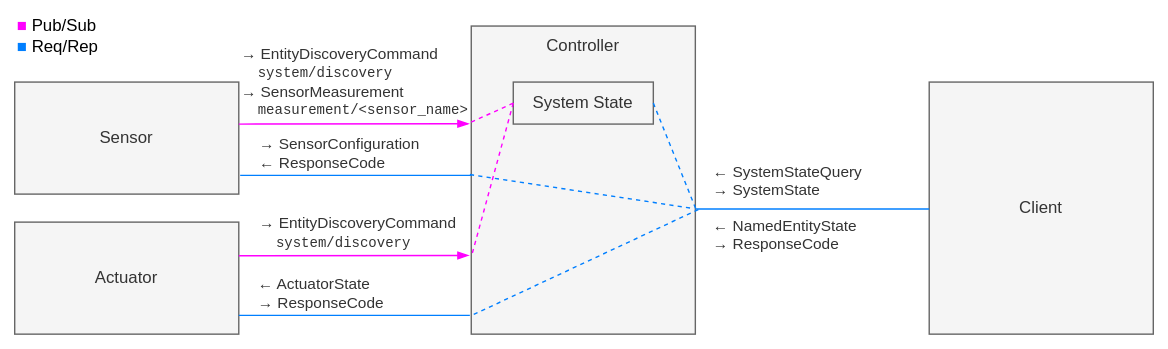
ede1998/labor-verteilte-systeme keeps this draw.io diagram as images/types.svg. Above is the earlier version. Source tidied: cells renumbered, new cells last; positions are measured from the earlier drawing's top-left corner, leaving out a move shared by most shapes. Source of this version:
```xml
<mxGraphModel>
  <root>
    <mxCell id="0" />
    <mxCell id="1" parent="0" />
    <mxCell id="2" value="← SystemStateQuery&lt;br&gt;→ SystemState&lt;br&gt;&lt;br&gt;←&amp;nbsp;NamedEntityState&lt;br&gt;→ ResponseCode" style="edgeLabel;html=1;align=left;verticalAlign=middle;fontColor=#333333;labelBackgroundColor=none;" parent="1" vertex="1">
      <mxGeometry x="497" y="138" as="geometry" />
    </mxCell>
    <mxCell id="3" value="Sensor" style="rounded=0;whiteSpace=wrap;html=1;align=center;verticalAlign=middle;fillColor=#f5f5f5;fontColor=#333333;strokeColor=#666666;" parent="1" vertex="1">
      <mxGeometry y="48" width="160" height="80" as="geometry" />
    </mxCell>
    <mxCell id="4" value="Controller" style="rounded=0;whiteSpace=wrap;html=1;align=center;verticalAlign=top;fillColor=#f5f5f5;fontColor=#333333;strokeColor=#666666;" parent="1" vertex="1">
      <mxGeometry x="326" y="8" width="160" height="220" as="geometry" />
    </mxCell>
    <mxCell id="5" style="endArrow=blockThin;html=1;rounded=0;exitX=1;exitY=0.5;exitDx=0;exitDy=0;entryX=-0.009;entryY=0.221;entryDx=0;entryDy=0;entryPerimeter=0;strokeColor=#FF00FF;endFill=1;" parent="1" edge="1">
      <mxGeometry relative="1" as="geometry">
        <mxPoint x="160" y="78" as="sourcePoint" />
        <mxPoint x="324.6" y="77.8" as="targetPoint" />
      </mxGeometry>
    </mxCell>
    <mxCell id="6" value="&lt;div&gt;→ EntityDiscoveryCommand&lt;/div&gt;&lt;div style=&quot;line-height: 120%;&quot;&gt;&lt;font face=&quot;Courier New&quot; style=&quot;font-size: 10px;&quot;&gt;&amp;nbsp; system/discovery&lt;/font&gt;&lt;br&gt;&lt;/div&gt;&lt;div&gt;→ SensorMeasurement&lt;/div&gt;&lt;div style=&quot;font-size: 10px;&quot;&gt;&lt;font face=&quot;Courier New&quot; style=&quot;font-size: 10px;&quot;&gt;&amp;nbsp; &lt;/font&gt;&lt;font face=&quot;Courier New&quot; style=&quot;font-size: 10px;&quot;&gt;measurement/&lt;/font&gt;&lt;font face=&quot;Courier New&quot; style=&quot;font-size: 10px;&quot;&gt;&amp;lt;sensor_name&amp;gt;&lt;/font&gt;&lt;br&gt;&lt;/div&gt;" style="edgeLabel;html=1;align=left;verticalAlign=middle;fontColor=#333333;labelBackgroundColor=none;" parent="5" vertex="1">
      <mxGeometry x="0.01" y="-1" relative="1" as="geometry">
        <mxPoint x="-83" y="-31" as="offset" />
      </mxGeometry>
    </mxCell>
    <mxCell id="7" value="Actuator" style="rounded=0;whiteSpace=wrap;html=1;align=center;verticalAlign=middle;fillColor=#f5f5f5;fontColor=#333333;strokeColor=#666666;" parent="1" vertex="1">
      <mxGeometry y="148" width="160" height="80" as="geometry" />
    </mxCell>
    <mxCell id="8" style="endArrow=none;html=1;rounded=0;exitX=1;exitY=0.5;exitDx=0;exitDy=0;fillColor=#f5f5f5;strokeColor=#007FFF;entryX=-0.009;entryY=0.221;entryDx=0;entryDy=0;entryPerimeter=0;" parent="1" edge="1">
      <mxGeometry relative="1" as="geometry">
        <mxPoint x="160" y="214.6" as="sourcePoint" />
        <mxPoint x="325" y="214.6" as="targetPoint" />
      </mxGeometry>
    </mxCell>
    <mxCell id="9" value="← ActuatorState&lt;br style=&quot;border-color: var(--border-color);&quot;&gt;→&amp;nbsp;ResponseCode" style="edgeLabel;html=1;align=left;verticalAlign=middle;fontColor=#333333;labelBackgroundColor=none;" parent="8" vertex="1">
      <mxGeometry x="0.01" y="-1" relative="1" as="geometry">
        <mxPoint x="-71" y="-17" as="offset" />
      </mxGeometry>
    </mxCell>
    <mxCell id="10" value="Client" style="rounded=0;whiteSpace=wrap;html=1;align=center;verticalAlign=middle;fillColor=#f5f5f5;fontColor=#333333;strokeColor=#666666;" parent="1" vertex="1">
      <mxGeometry x="653" y="48" width="160" height="180" as="geometry" />
    </mxCell>
    <mxCell id="11" style="endArrow=none;html=1;rounded=0;exitX=1;exitY=0.5;exitDx=0;exitDy=0;fillColor=#f5f5f5;strokeColor=#007FFF;entryX=0;entryY=0.5;entryDx=0;entryDy=0;" parent="1" edge="1">
      <mxGeometry relative="1" as="geometry">
        <mxPoint x="486" y="138.6" as="sourcePoint" />
        <mxPoint x="653" y="138.6" as="targetPoint" />
      </mxGeometry>
    </mxCell>
    <mxCell id="12" style="endArrow=none;html=1;rounded=0;exitX=1;exitY=0.5;exitDx=0;exitDy=0;fillColor=#f5f5f5;strokeColor=#007FFF;entryX=-0.009;entryY=0.221;entryDx=0;entryDy=0;entryPerimeter=0;" parent="1" edge="1">
      <mxGeometry relative="1" as="geometry">
        <mxPoint x="161" y="114.6" as="sourcePoint" />
        <mxPoint x="326" y="114.6" as="targetPoint" />
      </mxGeometry>
    </mxCell>
    <mxCell id="13" value="→ SensorConfiguration&lt;br&gt;← ResponseCode" style="edgeLabel;html=1;align=left;verticalAlign=middle;fontColor=#333333;labelBackgroundColor=none;" parent="12" vertex="1">
      <mxGeometry x="0.01" y="-1" relative="1" as="geometry">
        <mxPoint x="-71" y="-17" as="offset" />
      </mxGeometry>
    </mxCell>
    <mxCell id="14" style="endArrow=blockThin;html=1;rounded=0;exitX=1;exitY=0.5;exitDx=0;exitDy=0;entryX=-0.009;entryY=0.221;entryDx=0;entryDy=0;entryPerimeter=0;strokeColor=#FF00FF;endFill=1;" parent="1" edge="1">
      <mxGeometry relative="1" as="geometry">
        <mxPoint x="160" y="172" as="sourcePoint" />
        <mxPoint x="324.6" y="171.8" as="targetPoint" />
      </mxGeometry>
    </mxCell>
    <mxCell id="15" value="&lt;div&gt;→ EntityDiscoveryCommand&lt;/div&gt;&lt;div style=&quot;font-size: 10px;&quot;&gt;&lt;font face=&quot;Courier New&quot;&gt;&amp;nbsp; system/discovery&lt;/font&gt;&lt;br&gt;&lt;/div&gt;" style="edgeLabel;html=1;align=left;verticalAlign=middle;fontColor=#333333;labelBackgroundColor=none;" parent="14" vertex="1">
      <mxGeometry x="0.01" y="-1" relative="1" as="geometry">
        <mxPoint x="-70" y="-17" as="offset" />
      </mxGeometry>
    </mxCell>
    <mxCell id="16" style="endArrow=none;html=1;rounded=0;edgeStyle=orthogonalEdgeStyle;exitX=-0.006;exitY=0.482;exitDx=0;exitDy=0;exitPerimeter=0;dashed=1;entryX=0.99;entryY=0.592;entryDx=0;entryDy=0;entryPerimeter=0;strokeColor=#007FFF;" parent="1" edge="1" source="4" target="4">
      <mxGeometry relative="1" as="geometry" />
    </mxCell>
    <mxCell id="17" style="endArrow=none;html=1;rounded=0;exitX=0.011;exitY=0.936;exitDx=0;exitDy=0;exitPerimeter=0;dashed=1;entryX=1.024;entryY=0.592;entryDx=0;entryDy=0;entryPerimeter=0;strokeColor=#007FFF;" parent="1" edge="1" source="4" target="4">
      <mxGeometry relative="1" as="geometry" />
    </mxCell>
    <mxCell id="18" value="System State" style="rounded=0;whiteSpace=wrap;html=1;align=center;verticalAlign=middle;fillColor=#f5f5f5;fontColor=#333333;strokeColor=#666666;" parent="1" vertex="1">
      <mxGeometry x="356" y="48" width="100" height="30" as="geometry" />
    </mxCell>
    <mxCell id="19" style="endArrow=none;html=1;rounded=0;exitX=1;exitY=0.5;exitDx=0;exitDy=0;dashed=1;entryX=1.003;entryY=0.595;entryDx=0;entryDy=0;entryPerimeter=0;strokeColor=#007FFF;" parent="1" edge="1" source="18" target="4">
      <mxGeometry relative="1" as="geometry" />
    </mxCell>
    <mxCell id="20" style="endArrow=none;html=1;rounded=0;exitX=0;exitY=0.5;exitDx=0;exitDy=0;dashed=1;strokeColor=#FF00FF;" parent="1" edge="1" source="18">
      <mxGeometry relative="1" as="geometry">
        <mxPoint x="323" y="78" as="targetPoint" />
      </mxGeometry>
    </mxCell>
    <mxCell id="21" style="endArrow=none;html=1;rounded=0;exitX=0;exitY=0.5;exitDx=0;exitDy=0;dashed=1;entryX=0;entryY=0.75;entryDx=0;entryDy=0;strokeColor=#FF00FF;" parent="1" edge="1" source="18" target="4">
      <mxGeometry relative="1" as="geometry" />
    </mxCell>
    <mxCell id="22" value="&lt;font color=&quot;#ff00ff&quot;&gt;■&lt;/font&gt; Pub/Sub&lt;br&gt;&lt;font color=&quot;#007fff&quot;&gt;■&lt;/font&gt; Req/Rep" style="text;html=1;strokeColor=none;fillColor=none;align=left;verticalAlign=middle;whiteSpace=wrap;rounded=0;" parent="1" vertex="1">
      <mxGeometry width="110" height="30" as="geometry" />
    </mxCell>
  </root>
</mxGraphModel>
```
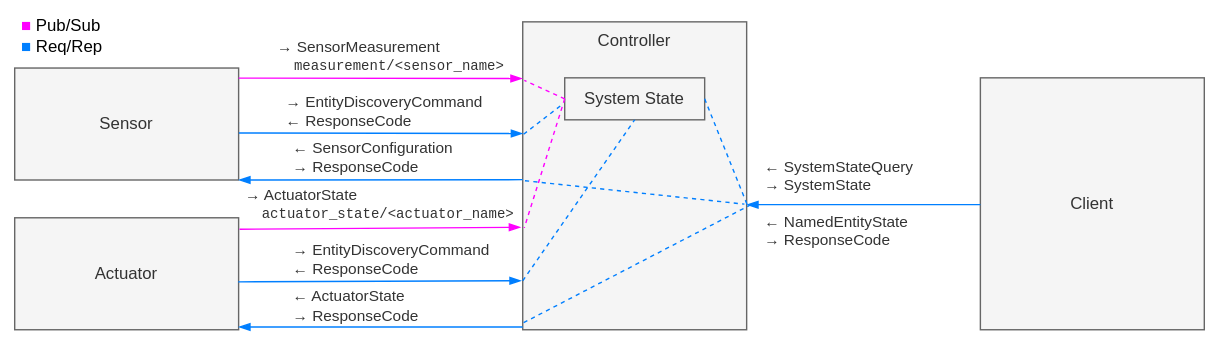
After the change.

The edit, as a diff of the source:
```diff
@@ -6,71 +6,67 @@
       <mxGeometry x="497" y="138" as="geometry" />
     </mxCell>
     <mxCell id="3" value="Sensor" style="rounded=0;whiteSpace=wrap;html=1;align=center;verticalAlign=middle;fillColor=#f5f5f5;fontColor=#333333;strokeColor=#666666;" parent="1" vertex="1">
-      <mxGeometry y="48" width="160" height="80" as="geometry" />
+      <mxGeometry x="-37" y="41" width="160" height="80" as="geometry" />
     </mxCell>
     <mxCell id="4" value="Controller" style="rounded=0;whiteSpace=wrap;html=1;align=center;verticalAlign=top;fillColor=#f5f5f5;fontColor=#333333;strokeColor=#666666;" parent="1" vertex="1">
       <mxGeometry x="326" y="8" width="160" height="220" as="geometry" />
     </mxCell>
-    <mxCell id="5" style="endArrow=blockThin;html=1;rounded=0;exitX=1;exitY=0.5;exitDx=0;exitDy=0;entryX=-0.009;entryY=0.221;entryDx=0;entryDy=0;entryPerimeter=0;strokeColor=#FF00FF;endFill=1;" parent="1" edge="1">
+    <mxCell id="5" style="endArrow=blockThin;html=1;rounded=0;exitDx=0;exitDy=0;entryDx=0;entryDy=0;entryPerimeter=0;strokeColor=#FF00FF;endFill=1;entryX=-0.002;entryY=0.184;" parent="1" edge="1" target="4">
       <mxGeometry relative="1" as="geometry">
-        <mxPoint x="160" y="78" as="sourcePoint" />
-        <mxPoint x="324.6" y="77.8" as="targetPoint" />
+        <mxPoint x="123" y="48.2" as="sourcePoint" />
       </mxGeometry>
     </mxCell>
-    <mxCell id="6" value="&lt;div&gt;→ EntityDiscoveryCommand&lt;/div&gt;&lt;div style=&quot;line-height: 120%;&quot;&gt;&lt;font face=&quot;Courier New&quot; style=&quot;font-size: 10px;&quot;&gt;&amp;nbsp; system/discovery&lt;/font&gt;&lt;br&gt;&lt;/div&gt;&lt;div&gt;→ SensorMeasurement&lt;/div&gt;&lt;div style=&quot;font-size: 10px;&quot;&gt;&lt;font face=&quot;Courier New&quot; style=&quot;font-size: 10px;&quot;&gt;&amp;nbsp; &lt;/font&gt;&lt;font face=&quot;Courier New&quot; style=&quot;font-size: 10px;&quot;&gt;measurement/&lt;/font&gt;&lt;font face=&quot;Courier New&quot; style=&quot;font-size: 10px;&quot;&gt;&amp;lt;sensor_name&amp;gt;&lt;/font&gt;&lt;br&gt;&lt;/div&gt;" style="edgeLabel;html=1;align=left;verticalAlign=middle;fontColor=#333333;labelBackgroundColor=none;" parent="5" vertex="1">
+    <mxCell id="6" value="→ SensorMeasurement&lt;div style=&quot;font-size: 10px;&quot;&gt;&lt;font face=&quot;Courier New&quot; style=&quot;font-size: 10px;&quot;&gt;&amp;nbsp; &lt;/font&gt;&lt;font face=&quot;Courier New&quot; style=&quot;font-size: 10px;&quot;&gt;measurement/&lt;/font&gt;&lt;font face=&quot;Courier New&quot; style=&quot;font-size: 10px;&quot;&gt;&amp;lt;sensor_name&amp;gt;&lt;/font&gt;&lt;br&gt;&lt;/div&gt;" style="edgeLabel;html=1;align=left;verticalAlign=middle;fontColor=#333333;labelBackgroundColor=none;" parent="5" vertex="1">
       <mxGeometry x="0.01" y="-1" relative="1" as="geometry">
-        <mxPoint x="-83" y="-31" as="offset" />
+        <mxPoint x="-76" y="-17" as="offset" />
       </mxGeometry>
     </mxCell>
     <mxCell id="7" value="Actuator" style="rounded=0;whiteSpace=wrap;html=1;align=center;verticalAlign=middle;fillColor=#f5f5f5;fontColor=#333333;strokeColor=#666666;" parent="1" vertex="1">
-      <mxGeometry y="148" width="160" height="80" as="geometry" />
+      <mxGeometry x="-37" y="148" width="160" height="80" as="geometry" />
     </mxCell>
-    <mxCell id="8" style="endArrow=none;html=1;rounded=0;exitX=1;exitY=0.5;exitDx=0;exitDy=0;fillColor=#f5f5f5;strokeColor=#007FFF;entryX=-0.009;entryY=0.221;entryDx=0;entryDy=0;entryPerimeter=0;" parent="1" edge="1">
+    <mxCell id="8" style="endArrow=blockThin;html=1;rounded=0;exitDx=0;exitDy=0;fillColor=#f5f5f5;strokeColor=#007FFF;entryDx=0;entryDy=0;entryPerimeter=0;endFill=1;exitX=0.998;exitY=0.572;exitPerimeter=0;entryX=1.01;entryY=0.566;" parent="1" edge="1" source="7">
       <mxGeometry relative="1" as="geometry">
-        <mxPoint x="160" y="214.6" as="sourcePoint" />
-        <mxPoint x="325" y="214.6" as="targetPoint" />
+        <mxPoint x="325" y="193" as="targetPoint" />
       </mxGeometry>
     </mxCell>
     <mxCell id="9" value="← ActuatorState&lt;br style=&quot;border-color: var(--border-color);&quot;&gt;→&amp;nbsp;ResponseCode" style="edgeLabel;html=1;align=left;verticalAlign=middle;fontColor=#333333;labelBackgroundColor=none;" parent="8" vertex="1">
       <mxGeometry x="0.01" y="-1" relative="1" as="geometry">
-        <mxPoint x="-71" y="-17" as="offset" />
+        <mxPoint x="-65" y="16" as="offset" />
       </mxGeometry>
     </mxCell>
     <mxCell id="10" value="Client" style="rounded=0;whiteSpace=wrap;html=1;align=center;verticalAlign=middle;fillColor=#f5f5f5;fontColor=#333333;strokeColor=#666666;" parent="1" vertex="1">
       <mxGeometry x="653" y="48" width="160" height="180" as="geometry" />
     </mxCell>
-    <mxCell id="11" style="endArrow=none;html=1;rounded=0;exitX=1;exitY=0.5;exitDx=0;exitDy=0;fillColor=#f5f5f5;strokeColor=#007FFF;entryX=0;entryY=0.5;entryDx=0;entryDy=0;" parent="1" edge="1">
+    <mxCell id="11" style="endArrow=none;html=1;rounded=0;exitX=1;exitY=0.5;exitDx=0;exitDy=0;fillColor=#f5f5f5;strokeColor=#007FFF;entryX=0;entryY=0.5;entryDx=0;entryDy=0;startArrow=blockThin;startFill=1;" parent="1" edge="1">
       <mxGeometry relative="1" as="geometry">
         <mxPoint x="486" y="138.6" as="sourcePoint" />
         <mxPoint x="653" y="138.6" as="targetPoint" />
       </mxGeometry>
     </mxCell>
-    <mxCell id="12" style="endArrow=none;html=1;rounded=0;exitX=1;exitY=0.5;exitDx=0;exitDy=0;fillColor=#f5f5f5;strokeColor=#007FFF;entryX=-0.009;entryY=0.221;entryDx=0;entryDy=0;entryPerimeter=0;" parent="1" edge="1">
+    <mxCell id="12" style="endArrow=blockThin;html=1;rounded=0;exitDx=0;exitDy=0;fillColor=#f5f5f5;strokeColor=#007FFF;entryDx=0;entryDy=0;entryPerimeter=0;endFill=1;exitX=1.001;exitY=0.58;exitPerimeter=0;" parent="1" edge="1" source="3">
       <mxGeometry relative="1" as="geometry">
-        <mxPoint x="161" y="114.6" as="sourcePoint" />
-        <mxPoint x="326" y="114.6" as="targetPoint" />
+        <mxPoint x="326" y="87.8" as="targetPoint" />
       </mxGeometry>
     </mxCell>
-    <mxCell id="13" value="→ SensorConfiguration&lt;br&gt;← ResponseCode" style="edgeLabel;html=1;align=left;verticalAlign=middle;fontColor=#333333;labelBackgroundColor=none;" parent="12" vertex="1">
+    <mxCell id="13" value="&lt;div&gt;→ EntityDiscoveryCommand&lt;br&gt;&lt;/div&gt;&lt;div&gt;← ResponseCode&lt;/div&gt;" style="edgeLabel;html=1;align=left;verticalAlign=middle;fontColor=#333333;labelBackgroundColor=none;" parent="12" vertex="1">
       <mxGeometry x="0.01" y="-1" relative="1" as="geometry">
         <mxPoint x="-71" y="-17" as="offset" />
       </mxGeometry>
     </mxCell>
-    <mxCell id="14" style="endArrow=blockThin;html=1;rounded=0;exitX=1;exitY=0.5;exitDx=0;exitDy=0;entryX=-0.009;entryY=0.221;entryDx=0;entryDy=0;entryPerimeter=0;strokeColor=#FF00FF;endFill=1;" parent="1" edge="1">
+    <mxCell id="14" style="endArrow=blockThin;html=1;rounded=0;exitDx=0;exitDy=0;entryDx=0;entryDy=0;entryPerimeter=0;strokeColor=#FF00FF;endFill=1;exitX=1.004;exitY=0.102;exitPerimeter=0;" parent="1" edge="1" source="7">
       <mxGeometry relative="1" as="geometry">
-        <mxPoint x="160" y="172" as="sourcePoint" />
-        <mxPoint x="324.6" y="171.8" as="targetPoint" />
+        <mxPoint x="324.6" y="154.8" as="targetPoint" />
       </mxGeometry>
     </mxCell>
-    <mxCell id="15" value="&lt;div&gt;→ EntityDiscoveryCommand&lt;/div&gt;&lt;div style=&quot;font-size: 10px;&quot;&gt;&lt;font face=&quot;Courier New&quot;&gt;&amp;nbsp; system/discovery&lt;/font&gt;&lt;br&gt;&lt;/div&gt;" style="edgeLabel;html=1;align=left;verticalAlign=middle;fontColor=#333333;labelBackgroundColor=none;" parent="14" vertex="1">
+    <mxCell id="15" value="&lt;div&gt;→ ActuatorState&lt;br&gt;&lt;/div&gt;&lt;div style=&quot;font-size: 10px;&quot;&gt;&lt;font face=&quot;Courier New&quot;&gt;&amp;nbsp; actuator_state/&amp;lt;actuator_name&amp;gt;&lt;/font&gt;&lt;br&gt;&lt;/div&gt;" style="edgeLabel;html=1;align=left;verticalAlign=middle;fontColor=#333333;labelBackgroundColor=none;" parent="14" vertex="1">
       <mxGeometry x="0.01" y="-1" relative="1" as="geometry">
-        <mxPoint x="-70" y="-17" as="offset" />
+        <mxPoint x="-99" y="-18" as="offset" />
       </mxGeometry>
     </mxCell>
-    <mxCell id="16" style="endArrow=none;html=1;rounded=0;edgeStyle=orthogonalEdgeStyle;exitX=-0.006;exitY=0.482;exitDx=0;exitDy=0;exitPerimeter=0;dashed=1;entryX=0.99;entryY=0.592;entryDx=0;entryDy=0;entryPerimeter=0;strokeColor=#007FFF;" parent="1" edge="1" source="4" target="4">
+    <mxCell id="16" style="endArrow=none;html=1;rounded=0;edgeStyle=orthogonalEdgeStyle;exitX=0.01;exitY=0.516;exitDx=0;exitDy=0;dashed=1;entryX=0.99;entryY=0.592;entryDx=0;entryDy=0;entryPerimeter=0;strokeColor=#007FFF;exitPerimeter=0;" parent="1" edge="1" source="4" target="4">
       <mxGeometry relative="1" as="geometry" />
     </mxCell>
-    <mxCell id="17" style="endArrow=none;html=1;rounded=0;exitX=0.011;exitY=0.936;exitDx=0;exitDy=0;exitPerimeter=0;dashed=1;entryX=1.024;entryY=0.592;entryDx=0;entryDy=0;entryPerimeter=0;strokeColor=#007FFF;" parent="1" edge="1" source="4" target="4">
+    <mxCell id="17" style="endArrow=none;html=1;rounded=0;exitX=0.004;exitY=0.977;exitDx=0;exitDy=0;exitPerimeter=0;dashed=1;entryX=1.024;entryY=0.592;entryDx=0;entryDy=0;entryPerimeter=0;strokeColor=#007FFF;" parent="1" edge="1" source="4" target="4">
       <mxGeometry relative="1" as="geometry" />
     </mxCell>
     <mxCell id="18" value="System State" style="rounded=0;whiteSpace=wrap;html=1;align=center;verticalAlign=middle;fillColor=#f5f5f5;fontColor=#333333;strokeColor=#666666;" parent="1" vertex="1">
@@ -79,16 +75,43 @@
     <mxCell id="19" style="endArrow=none;html=1;rounded=0;exitX=1;exitY=0.5;exitDx=0;exitDy=0;dashed=1;entryX=1.003;entryY=0.595;entryDx=0;entryDy=0;entryPerimeter=0;strokeColor=#007FFF;" parent="1" edge="1" source="18" target="4">
       <mxGeometry relative="1" as="geometry" />
     </mxCell>
-    <mxCell id="20" style="endArrow=none;html=1;rounded=0;exitX=0;exitY=0.5;exitDx=0;exitDy=0;dashed=1;strokeColor=#FF00FF;" parent="1" edge="1" source="18">
-      <mxGeometry relative="1" as="geometry">
-        <mxPoint x="323" y="78" as="targetPoint" />
-      </mxGeometry>
+    <mxCell id="20" style="endArrow=none;html=1;rounded=0;exitX=0;exitY=0.5;exitDx=0;exitDy=0;dashed=1;strokeColor=#FF00FF;entryX=0.007;entryY=0.19;entryDx=0;entryDy=0;entryPerimeter=0;" parent="1" edge="1" source="18" target="4">
+      <mxGeometry relative="1" as="geometry" />
     </mxCell>
-    <mxCell id="21" style="endArrow=none;html=1;rounded=0;exitX=0;exitY=0.5;exitDx=0;exitDy=0;dashed=1;entryX=0;entryY=0.75;entryDx=0;entryDy=0;strokeColor=#FF00FF;" parent="1" edge="1" source="18" target="4">
+    <mxCell id="21" style="endArrow=none;html=1;rounded=0;exitX=0;exitY=0.5;exitDx=0;exitDy=0;dashed=1;entryX=0.007;entryY=0.669;entryDx=0;entryDy=0;strokeColor=#FF00FF;entryPerimeter=0;" parent="1" edge="1" source="18" target="4">
       <mxGeometry relative="1" as="geometry" />
     </mxCell>
     <mxCell id="22" value="&lt;font color=&quot;#ff00ff&quot;&gt;■&lt;/font&gt; Pub/Sub&lt;br&gt;&lt;font color=&quot;#007fff&quot;&gt;■&lt;/font&gt; Req/Rep" style="text;html=1;strokeColor=none;fillColor=none;align=left;verticalAlign=middle;whiteSpace=wrap;rounded=0;" parent="1" vertex="1">
-      <mxGeometry width="110" height="30" as="geometry" />
+      <mxGeometry x="-34" y="3" width="110" height="30" as="geometry" />
     </mxCell>
+    <mxCell id="23" style="endArrow=none;html=1;rounded=0;exitDx=0;exitDy=0;fillColor=#f5f5f5;strokeColor=#007FFF;entryDx=0;entryDy=0;entryPerimeter=0;endFill=0;startArrow=blockThin;startFill=1;exitX=1;exitY=1;" parent="1" edge="1" source="3">
+      <mxGeometry relative="1" as="geometry">
+        <mxPoint x="326" y="120.8" as="targetPoint" />
+      </mxGeometry>
+    </mxCell>
+    <mxCell id="24" value="← SensorConfiguration&lt;br&gt;→ ResponseCode" style="edgeLabel;html=1;align=left;verticalAlign=middle;fontColor=#333333;labelBackgroundColor=none;" parent="23" vertex="1">
+      <mxGeometry x="0.01" y="-1" relative="1" as="geometry">
+        <mxPoint x="-66" y="-17" as="offset" />
+      </mxGeometry>
+    </mxCell>
+    <mxCell id="25" style="endArrow=none;html=1;rounded=0;fillColor=#f5f5f5;strokeColor=#007FFF;entryDx=0;entryDy=0;entryPerimeter=0;endFill=0;startArrow=blockThin;startFill=1;" parent="1" edge="1">
+      <mxGeometry relative="1" as="geometry">
+        <mxPoint x="123" y="226" as="sourcePoint" />
+        <mxPoint x="326" y="226" as="targetPoint" />
+      </mxGeometry>
+    </mxCell>
+    <mxCell id="26" value="&lt;div&gt;→ EntityDiscoveryCommand&lt;br&gt;&lt;/div&gt;&lt;div&gt;← ResponseCode&lt;/div&gt;" style="edgeLabel;html=1;align=left;verticalAlign=middle;fontColor=#333333;labelBackgroundColor=none;" parent="1" vertex="1">
+      <mxGeometry x="160" y="178" as="geometry" />
+    </mxCell>
+    <mxCell id="27" style="endArrow=none;html=1;rounded=0;exitX=0.004;exitY=0.977;exitDx=0;exitDy=0;exitPerimeter=0;dashed=1;entryX=0.5;entryY=1;entryDx=0;entryDy=0;strokeColor=#007FFF;" parent="1" edge="1" target="18">
+      <mxGeometry relative="1" as="geometry">
+        <mxPoint x="326" y="193" as="sourcePoint" />
+      </mxGeometry>
+    </mxCell>
+    <mxCell id="28" style="endArrow=none;html=1;rounded=0;exitX=0.004;exitY=0.365;exitDx=0;exitDy=0;exitPerimeter=0;dashed=1;strokeColor=#007FFF;" parent="1" edge="1" source="4">
+      <mxGeometry relative="1" as="geometry">
+        <mxPoint x="353" y="68" as="targetPoint" />
+      </mxGeometry>
+    </mxCell>
   </root>
 </mxGraphModel>
```
